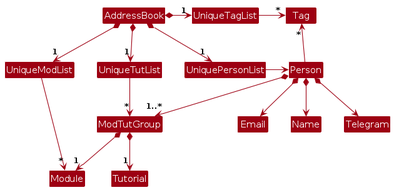
Earlier version of the PlantUML export diagrams/BetterModelClassDiagram.png (AY2425S2-CS2103T-F10-4/tp). Its source is kept beside it as diagrams/BetterModelClassDiagram.puml.
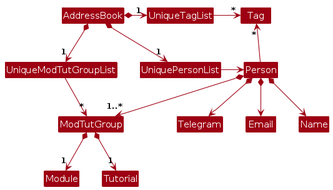
The same file after the commit.

The edit, as a diff of the source:
```diff
@@ -6,15 +6,13 @@
 
 AddressBook *-right-> "1" UniquePersonList
 AddressBook *-right-> "1" UniqueTagList
-AddressBook *-right-> "1" UniqueModList
-AddressBook *-right-> "1" UniqueTutList
+AddressBook *-right-> "1" UniqueModTutGroupList
 UniqueTagList -[hidden]down- UniquePersonList
 UniqueTagList -[hidden]down- UniquePersonList
 
 UniqueTagList -right-> "*" Tag
 UniquePersonList -right-> Person
-UniqueModList -right-> "*" Module
-UniqueTutList -right-> "*" ModTutGroup
+UniqueModTutGroupList -right-> "*" ModTutGroup
 
 Person -up-> "*" Tag
 
```
